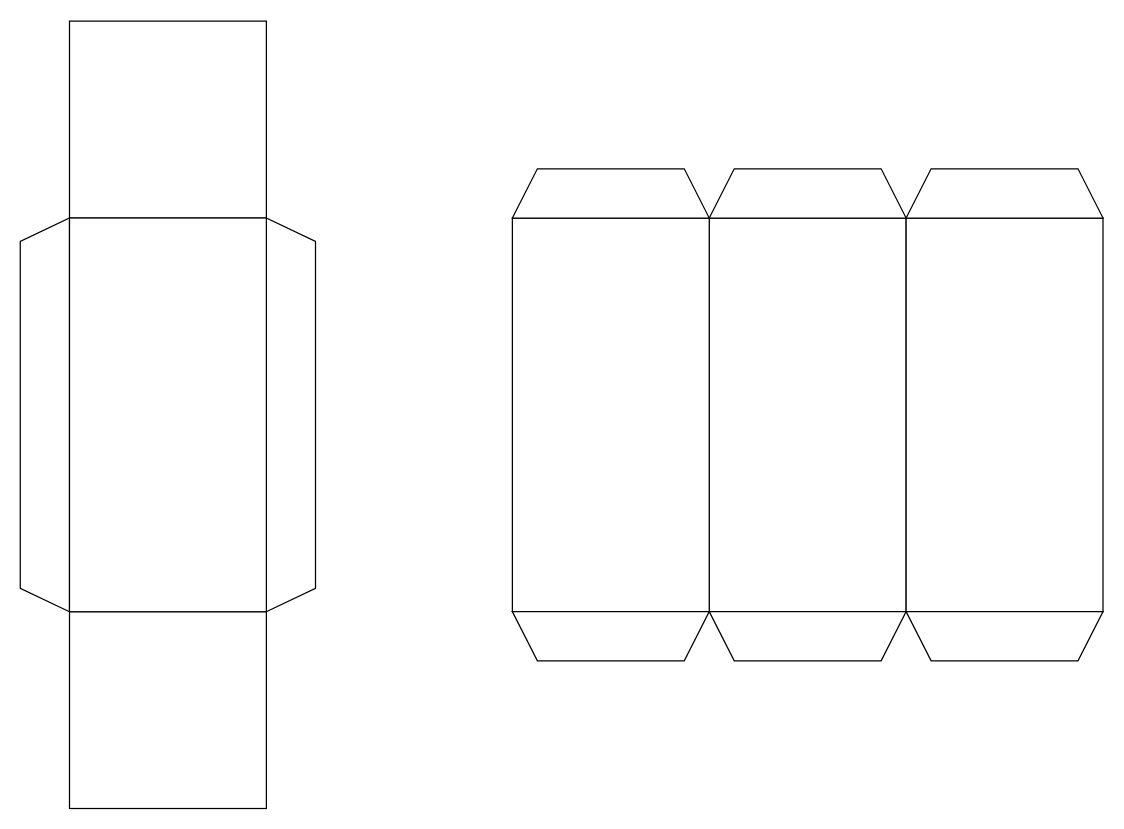
55success/W23GY_dehumidifier keeps this draw.io diagram as page "Page-1" (1 of 2) of design/CopperBoxDrawing.drawio. Above is the earlier version. Source tidied: cells renumbered, new cells numbered last; positions are measured from the earlier drawing's top-left corner, leaving out a move shared by most shapes. Both pictures are drawn from the tidied source at 125%, with x=0, y=0 at pixel (20, 20).
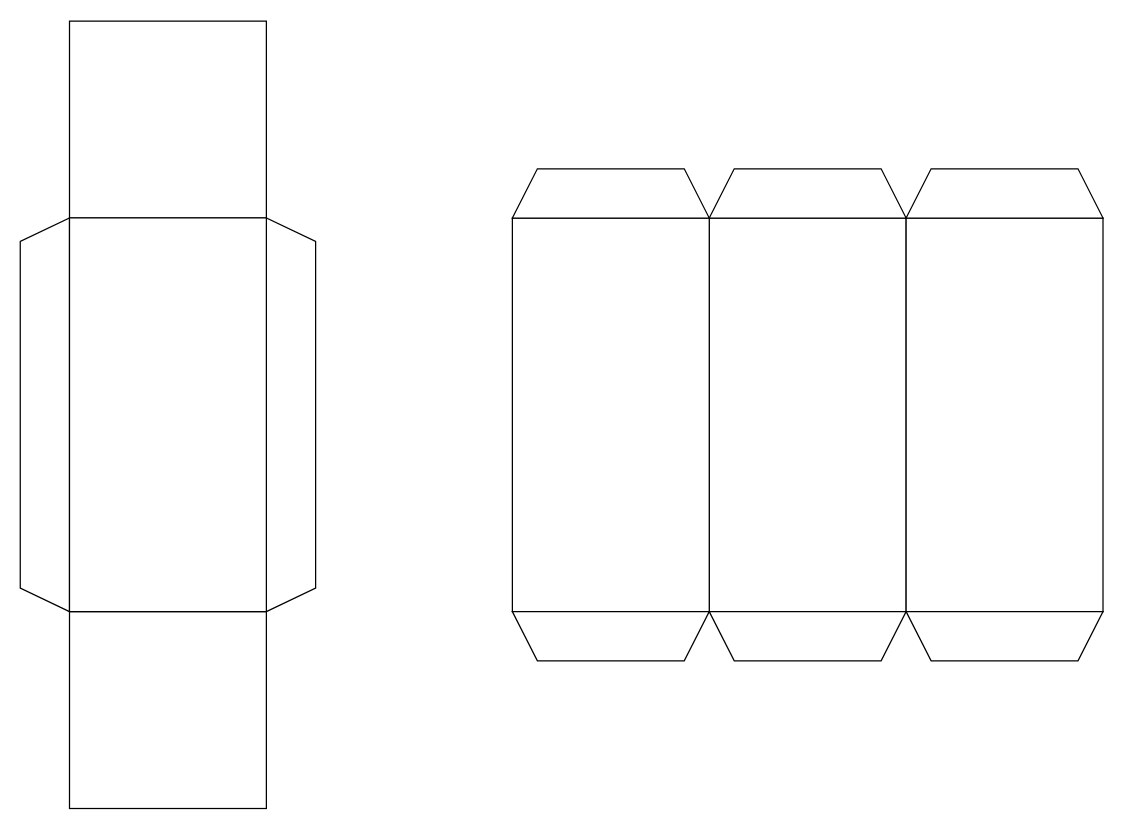
The same diagram, later.

Diff of the diagram source:
```diff
@@
 <mxGraphModel>
   <root>
     <mxCell id="0" />
     <mxCell id="1" parent="0" />
     <mxCell id="2" style="group;" parent="1" vertex="1">
       <mxGeometry x="393.4" y="118.5" width="472.4" height="393.7" as="geometry" />
     </mxCell>
     <mxCell id="3" style="rounded=0;whiteSpace=wrap;html=1;" parent="2" vertex="1">
       <mxGeometry x="157.5" y="39.4" width="157.5" height="315" as="geometry" />
     </mxCell>
     <mxCell id="4" style="shape=trapezoid;perimeter=trapezoidPerimeter;whiteSpace=wrap;html=1;fixedSize=1;" parent="2" vertex="1">
       <mxGeometry x="157.5" width="157.5" height="39.4" as="geometry" />
     </mxCell>
     <mxCell id="5" style="shape=trapezoid;perimeter=trapezoidPerimeter;whiteSpace=wrap;html=1;fixedSize=1;flipV=1;" parent="2" vertex="1">
       <mxGeometry x="157.5" y="354.3" width="157.5" height="39.4" as="geometry" />
     </mxCell>
     <mxCell id="6" style="rounded=0;whiteSpace=wrap;html=1;" parent="2" vertex="1">
       <mxGeometry x="315" y="39.4" width="157.5" height="315" as="geometry" />
     </mxCell>
     <mxCell id="7" style="rounded=0;whiteSpace=wrap;html=1;" parent="2" vertex="1">
       <mxGeometry y="39.4" width="157.5" height="315" as="geometry" />
     </mxCell>
     <mxCell id="8" style="shape=trapezoid;perimeter=trapezoidPerimeter;whiteSpace=wrap;html=1;fixedSize=1;" parent="2" vertex="1">
       <mxGeometry width="157.5" height="39.4" as="geometry" />
     </mxCell>
     <mxCell id="9" style="shape=trapezoid;perimeter=trapezoidPerimeter;whiteSpace=wrap;html=1;fixedSize=1;" parent="2" vertex="1">
       <mxGeometry x="315" width="157.5" height="39.4" as="geometry" />
     </mxCell>
     <mxCell id="10" style="shape=trapezoid;perimeter=trapezoidPerimeter;whiteSpace=wrap;html=1;fixedSize=1;flipV=1;" parent="2" vertex="1">
       <mxGeometry x="315" y="354.3" width="157.5" height="39.4" as="geometry" />
     </mxCell>
     <mxCell id="11" style="shape=trapezoid;perimeter=trapezoidPerimeter;whiteSpace=wrap;html=1;fixedSize=1;flipV=1;" parent="2" vertex="1">
       <mxGeometry y="354.3" width="157.5" height="39.4" as="geometry" />
     </mxCell>
-    <mxCell id="12" style="group;" parent="1" vertex="1">
-      <mxGeometry x="-0.3" y="0.4" width="236.2" height="629.9" as="geometry" />
-    </mxCell>
-    <mxCell id="13" style="verticalLabelPosition=middle;verticalAlign=middle;html=1;shape=trapezoid;perimeter=trapezoidPerimeter;whiteSpace=wrap;size=0.05962257112014202;arcSize=10;flipV=0;labelPosition=center;align=center;rotation=0;direction=north;" parent="12" vertex="1">
-      <mxGeometry y="157.5" width="39.4" height="315" as="geometry" />
+    <mxCell id="13" style="verticalLabelPosition=middle;verticalAlign=middle;html=1;shape=trapezoid;perimeter=trapezoidPerimeter;whiteSpace=wrap;size=0.05962257112014202;arcSize=10;flipV=0;labelPosition=center;align=center;rotation=0;direction=north;" parent="1" vertex="1">
+      <mxGeometry x="-0.3" y="157.8" width="39.4" height="315" as="geometry" />
     </mxCell>
-    <mxCell id="14" style="verticalLabelPosition=middle;verticalAlign=middle;html=1;shape=trapezoid;perimeter=trapezoidPerimeter;whiteSpace=wrap;size=0.05962257112014202;arcSize=10;flipV=0;labelPosition=center;align=center;rotation=0;direction=north;flipH=1;" parent="12" vertex="1">
-      <mxGeometry x="196.8" y="157.5" width="39.4" height="315" as="geometry" />
+    <mxCell id="14" style="verticalLabelPosition=middle;verticalAlign=middle;html=1;shape=trapezoid;perimeter=trapezoidPerimeter;whiteSpace=wrap;size=0.05962257112014202;arcSize=10;flipV=0;labelPosition=center;align=center;rotation=0;direction=north;flipH=1;" parent="1" vertex="1">
+      <mxGeometry x="196.6" y="157.8" width="39.4" height="315" as="geometry" />
     </mxCell>
-    <mxCell id="15" style="whiteSpace=wrap;html=1;" parent="12" vertex="1">
-      <mxGeometry x="39.4" width="157.5" height="157.5" as="geometry" />
+    <mxCell id="15" style="whiteSpace=wrap;html=1;" parent="1" vertex="1">
+      <mxGeometry x="39.1" y="0.4" width="157.5" height="157.5" as="geometry" />
     </mxCell>
-    <mxCell id="16" style="whiteSpace=wrap;html=1;" parent="12" vertex="1">
-      <mxGeometry x="39.4" y="472.4" width="157.5" height="157.5" as="geometry" />
+    <mxCell id="16" style="whiteSpace=wrap;html=1;" parent="1" vertex="1">
+      <mxGeometry x="39.1" y="472.8" width="157.5" height="157.5" as="geometry" />
     </mxCell>
-    <mxCell id="17" style="rounded=0;whiteSpace=wrap;html=1;" parent="12" vertex="1">
-      <mxGeometry x="39.4" y="157.5" width="157.5" height="315" as="geometry" />
+    <mxCell id="17" style="rounded=0;whiteSpace=wrap;html=1;" parent="1" vertex="1">
+      <mxGeometry x="39.1" y="157.8" width="157.5" height="315" as="geometry" />
     </mxCell>
   </root>
 </mxGraphModel>
```
